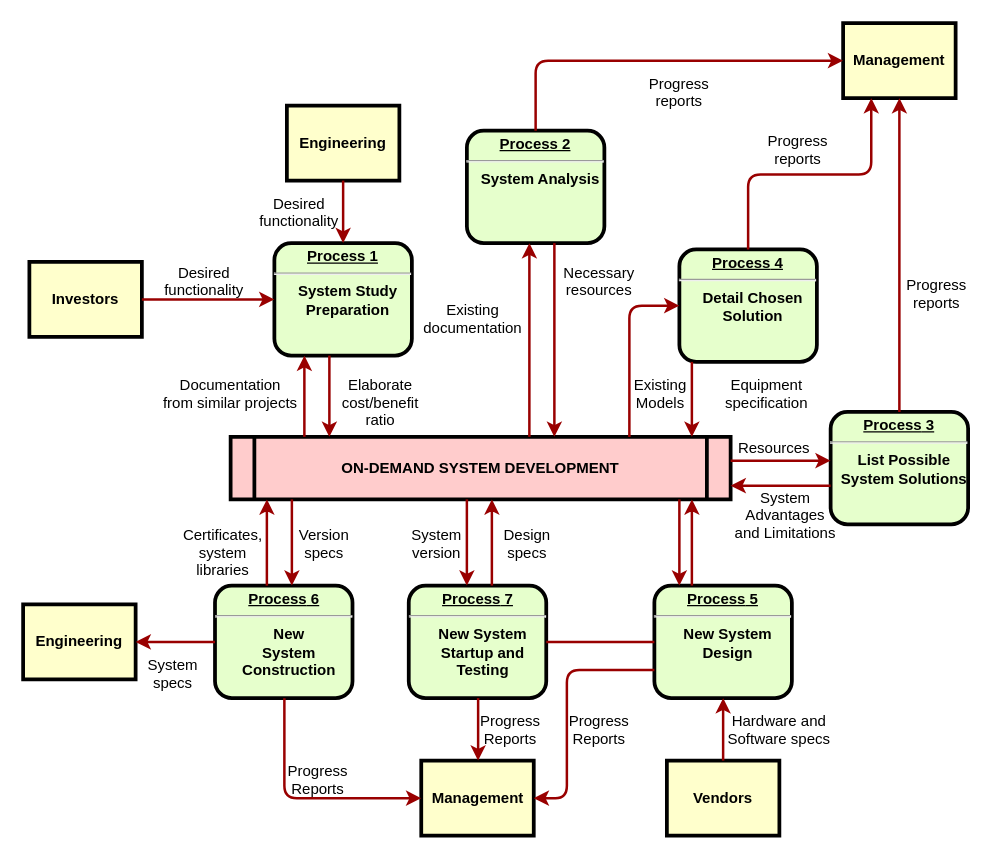
The draw.io diagram Untitled Diagram.drawio in gauravtwr/Kalp, before the edit. Source tidied: cells renumbered, new cells numbered last; positions are measured from the earlier drawing's top-left corner, leaving out a move shared by most shapes. Both pictures are drawn from the tidied source at 125%, with x=0, y=0 at pixel (22, 22).
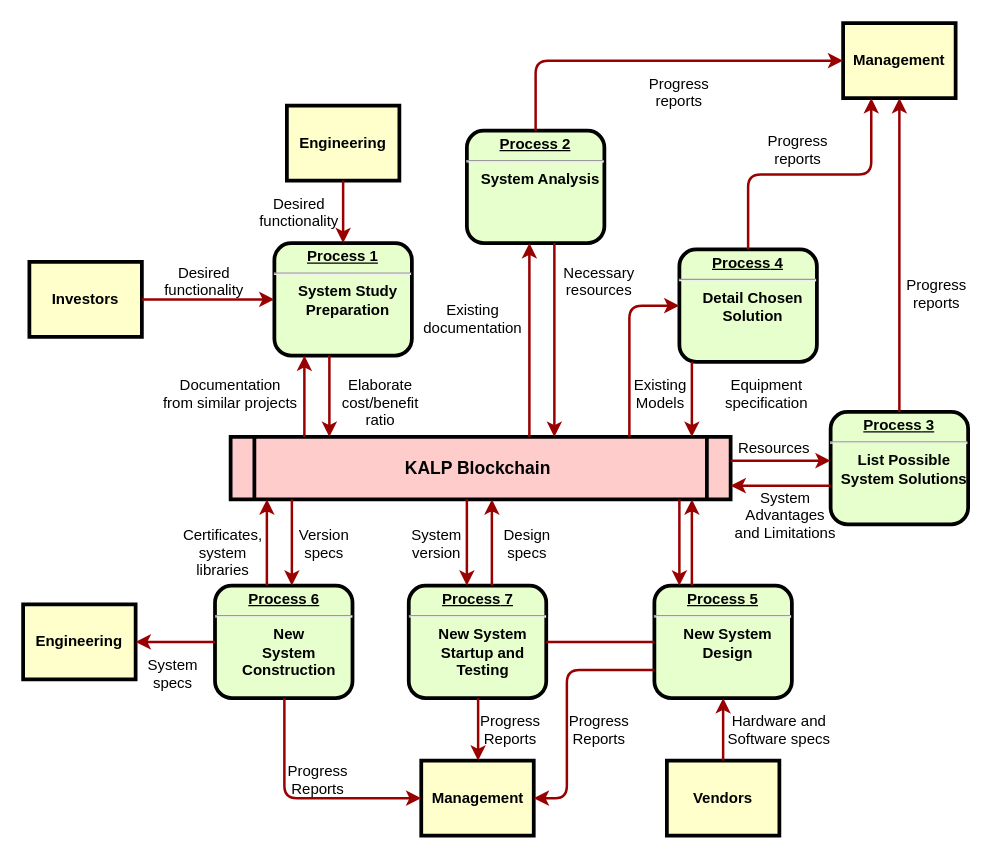
The same diagram, later.

The edit, as a diff of the source:
```diff
@@
-    <mxCell id="5" value="ON-DEMAND SYSTEM DEVELOPMENT" style="shape=process;whiteSpace=wrap;align=center;verticalAlign=middle;size=0.0475;fontStyle=1;strokeWidth=3;fillColor=#FFCCCC;" parent="1" vertex="1">
+    <mxCell id="5" value="KALP Blockchain " style="shape=process;whiteSpace=wrap;align=center;verticalAlign=middle;size=0.0475;fontStyle=1;strokeWidth=3;fillColor=#FFCCCC;fontSize=14;" parent="1" vertex="1">
       <mxGeometry x="166" y="331" width="400" height="50" as="geometry" />
     </mxCell>
```
